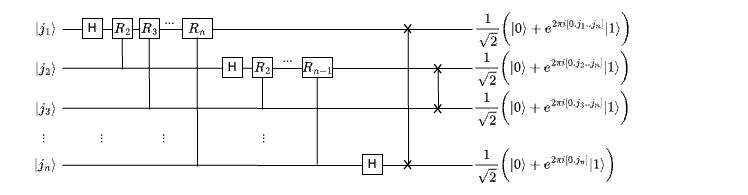
Above: assets/qft-breakdown-answers.png in abrege11/quantum-algorithm-education (draw.io), before the change. Source tidied: cells renumbered, new cells last; positions are measured from the earlier drawing's top-left corner, leaving out a move shared by most shapes. Its diagram source:
```xml
<mxGraphModel math="1">
  <root>
    <mxCell id="0" />
    <mxCell id="1" parent="0" />
    <mxCell id="2" style="endArrow=none;html=1;rounded=0;" parent="1" edge="1">
      <mxGeometry relative="1" as="geometry">
        <mxPoint x="62" y="24" as="sourcePoint" />
        <mxPoint x="472" y="24" as="targetPoint" />
      </mxGeometry>
    </mxCell>
    <mxCell id="3" style="endArrow=none;html=1;rounded=0;" parent="1" edge="1">
      <mxGeometry relative="1" as="geometry">
        <mxPoint x="62" y="62.8" as="sourcePoint" />
        <mxPoint x="472" y="63" as="targetPoint" />
      </mxGeometry>
    </mxCell>
    <mxCell id="4" style="endArrow=none;html=1;rounded=0;" parent="1" edge="1">
      <mxGeometry relative="1" as="geometry">
        <mxPoint x="62" y="102.8" as="sourcePoint" />
        <mxPoint x="472" y="103" as="targetPoint" />
      </mxGeometry>
    </mxCell>
    <mxCell id="5" style="endArrow=none;html=1;rounded=0;" parent="1" edge="1">
      <mxGeometry relative="1" as="geometry">
        <mxPoint x="62" y="159.8" as="sourcePoint" />
        <mxPoint x="472" y="160" as="targetPoint" />
      </mxGeometry>
    </mxCell>
    <mxCell id="6" value="$$\ket{j_1}$$" style="text;html=1;align=center;verticalAlign=middle;strokeColor=none;fillColor=none;" parent="1" vertex="1">
      <mxGeometry y="8" width="90" height="30" as="geometry" />
    </mxCell>
    <mxCell id="7" value="$$\ket{j_2}$$" style="text;html=1;align=center;verticalAlign=middle;strokeColor=none;fillColor=none;" parent="1" vertex="1">
      <mxGeometry y="48" width="90" height="30" as="geometry" />
    </mxCell>
    <mxCell id="8" value="$$\ket{j_3}$$" style="text;html=1;align=center;verticalAlign=middle;strokeColor=none;fillColor=none;" parent="1" vertex="1">
      <mxGeometry y="88" width="90" height="30" as="geometry" />
    </mxCell>
    <mxCell id="9" value="$$\ket{j_n}$$" style="text;html=1;align=center;verticalAlign=middle;strokeColor=none;fillColor=none;" parent="1" vertex="1">
      <mxGeometry y="144" width="90" height="30" as="geometry" />
    </mxCell>
    <mxCell id="10" value="..." style="text;html=1;align=center;verticalAlign=middle;strokeColor=none;fillColor=none;rotation=90;" parent="1" vertex="1">
      <mxGeometry x="32" y="118" width="30" height="30" as="geometry" />
    </mxCell>
    <mxCell id="11" value="H" style="whiteSpace=wrap;html=1;" parent="1" vertex="1">
      <mxGeometry x="82" y="13" width="20" height="20" as="geometry" />
    </mxCell>
    <mxCell id="12" value="$$R_2$$" style="whiteSpace=wrap;html=1;" parent="1" vertex="1">
      <mxGeometry x="112" y="13" width="20" height="20" as="geometry" />
    </mxCell>
    <mxCell id="13" value="..." style="text;html=1;align=center;verticalAlign=middle;strokeColor=none;fillColor=none;" parent="1" vertex="1">
      <mxGeometry x="154" width="30" height="30" as="geometry" />
    </mxCell>
    <mxCell id="14" value="$$R_{n}$$" style="rounded=0;whiteSpace=wrap;html=1;" parent="1" vertex="1">
      <mxGeometry x="182" y="13" width="30" height="20" as="geometry" />
    </mxCell>
    <mxCell id="15" value="$$R_3$$" style="whiteSpace=wrap;html=1;" parent="1" vertex="1">
      <mxGeometry x="139" y="13" width="20" height="20" as="geometry" />
    </mxCell>
    <mxCell id="16" value="H" style="whiteSpace=wrap;html=1;" parent="1" vertex="1">
      <mxGeometry x="222" y="52" width="20" height="20" as="geometry" />
    </mxCell>
    <mxCell id="17" value="$$R_2$$" style="whiteSpace=wrap;html=1;" parent="1" vertex="1">
      <mxGeometry x="252" y="52" width="20" height="20" as="geometry" />
    </mxCell>
    <mxCell id="18" value="$$R_{n-1}$$" style="rounded=0;whiteSpace=wrap;html=1;" parent="1" vertex="1">
      <mxGeometry x="302" y="52" width="30" height="20" as="geometry" />
    </mxCell>
    <mxCell id="19" value="..." style="text;html=1;align=center;verticalAlign=middle;strokeColor=none;fillColor=none;" parent="1" vertex="1">
      <mxGeometry x="272" y="38" width="30" height="30" as="geometry" />
    </mxCell>
    <mxCell id="20" value="..." style="text;html=1;align=center;verticalAlign=middle;strokeColor=none;fillColor=none;rotation=90;" parent="1" vertex="1">
      <mxGeometry x="90" y="118" width="30" height="30" as="geometry" />
    </mxCell>
    <mxCell id="21" value="..." style="text;html=1;align=center;verticalAlign=middle;strokeColor=none;fillColor=none;rotation=90;" parent="1" vertex="1">
      <mxGeometry x="252" y="118" width="30" height="30" as="geometry" />
    </mxCell>
    <mxCell id="22" value="..." style="text;html=1;align=center;verticalAlign=middle;strokeColor=none;fillColor=none;rotation=90;" parent="1" vertex="1">
      <mxGeometry x="152" y="118" width="30" height="30" as="geometry" />
    </mxCell>
    <mxCell id="23" value="H" style="whiteSpace=wrap;html=1;" parent="1" vertex="1">
      <mxGeometry x="362" y="149" width="20" height="20" as="geometry" />
    </mxCell>
    <mxCell id="24" value="&lt;font face=&quot;Comic Sans MS&quot;&gt;X&lt;/font&gt;" style="text;html=1;align=center;verticalAlign=middle;strokeColor=none;fillColor=none;" parent="1" vertex="1">
      <mxGeometry x="392" y="8" width="30" height="30" as="geometry" />
    </mxCell>
    <mxCell id="25" value="&lt;font face=&quot;Comic Sans MS&quot;&gt;X&lt;/font&gt;" style="text;html=1;align=center;verticalAlign=middle;strokeColor=none;fillColor=none;" parent="1" vertex="1">
      <mxGeometry x="422" y="48" width="30" height="30" as="geometry" />
    </mxCell>
    <mxCell id="26" value="&lt;font face=&quot;Comic Sans MS&quot;&gt;X&lt;/font&gt;" style="text;html=1;align=center;verticalAlign=middle;strokeColor=none;fillColor=none;" parent="1" vertex="1">
      <mxGeometry x="422" y="88" width="30" height="30" as="geometry" />
    </mxCell>
    <mxCell id="27" value="&lt;font face=&quot;Comic Sans MS&quot;&gt;X&lt;/font&gt;" style="text;html=1;align=center;verticalAlign=middle;strokeColor=none;fillColor=none;" parent="1" vertex="1">
      <mxGeometry x="392" y="144" width="30" height="30" as="geometry" />
    </mxCell>
    <mxCell id="28" style="endArrow=none;html=1;rounded=0;" parent="1" edge="1">
      <mxGeometry relative="1" as="geometry">
        <mxPoint x="408" y="159" as="sourcePoint" />
        <mxPoint x="407.7" y="24" as="targetPoint" />
      </mxGeometry>
    </mxCell>
    <mxCell id="29" style="endArrow=none;html=1;rounded=0;" parent="1" edge="1">
      <mxGeometry relative="1" as="geometry">
        <mxPoint x="438" y="104" as="sourcePoint" />
        <mxPoint x="437.7" y="64" as="targetPoint" />
      </mxGeometry>
    </mxCell>
    <mxCell id="30" style="endArrow=none;html=1;rounded=0;" parent="1" edge="1">
      <mxGeometry relative="1" as="geometry">
        <mxPoint x="122" y="64" as="sourcePoint" />
        <mxPoint x="121.7" y="33" as="targetPoint" />
      </mxGeometry>
    </mxCell>
    <mxCell id="31" style="endArrow=none;html=1;rounded=0;" parent="1" edge="1">
      <mxGeometry relative="1" as="geometry">
        <mxPoint x="149" y="104" as="sourcePoint" />
        <mxPoint x="148.7" y="33" as="targetPoint" />
      </mxGeometry>
    </mxCell>
    <mxCell id="32" style="endArrow=none;html=1;rounded=0;" parent="1" edge="1">
      <mxGeometry relative="1" as="geometry">
        <mxPoint x="197" y="161" as="sourcePoint" />
        <mxPoint x="196.7" y="32" as="targetPoint" />
      </mxGeometry>
    </mxCell>
    <mxCell id="33" style="endArrow=none;html=1;rounded=0;" parent="1" edge="1">
      <mxGeometry relative="1" as="geometry">
        <mxPoint x="262" y="104" as="sourcePoint" />
        <mxPoint x="262" y="72" as="targetPoint" />
      </mxGeometry>
    </mxCell>
    <mxCell id="34" style="endArrow=none;html=1;rounded=0;" parent="1" edge="1">
      <mxGeometry relative="1" as="geometry">
        <mxPoint x="316.7" y="159" as="sourcePoint" />
        <mxPoint x="316.7" y="72" as="targetPoint" />
      </mxGeometry>
    </mxCell>
    <mxCell id="35" value="$$\frac{1}{\sqrt{2}}\bigg( \ket{0} + e^{2 \pi i [0.j_1..j_n]} \ket{1} \bigg)$$" style="text;html=1;align=center;verticalAlign=middle;strokeColor=none;fillColor=none;" parent="1" vertex="1">
      <mxGeometry x="358" y="9" width="390" height="30" as="geometry" />
    </mxCell>
    <mxCell id="36" value="$$\frac{1}{\sqrt{2}}\bigg( \ket{0} + e^{2 \pi i [0.j_2..j_n]} \ket{1} \bigg)$$" style="text;html=1;align=center;verticalAlign=middle;strokeColor=none;fillColor=none;" parent="1" vertex="1">
      <mxGeometry x="357" y="48" width="390" height="30" as="geometry" />
    </mxCell>
    <mxCell id="37" value="$$\frac{1}{\sqrt{2}}\bigg( \ket{0} + e^{2 \pi i [0.j_3..j_n]} \ket{1} \bigg)$$" style="text;html=1;align=center;verticalAlign=middle;strokeColor=none;fillColor=none;" parent="1" vertex="1">
      <mxGeometry x="357" y="88" width="390" height="30" as="geometry" />
    </mxCell>
    <mxCell id="38" value="$$\frac{1}{\sqrt{2}}\bigg( \ket{0} + e^{2 \pi i [0.j_n]} \ket{1} \bigg)$$" style="text;html=1;align=center;verticalAlign=middle;strokeColor=none;fillColor=none;" parent="1" vertex="1">
      <mxGeometry x="359" y="145" width="370" height="30" as="geometry" />
    </mxCell>
  </root>
</mxGraphModel>
```
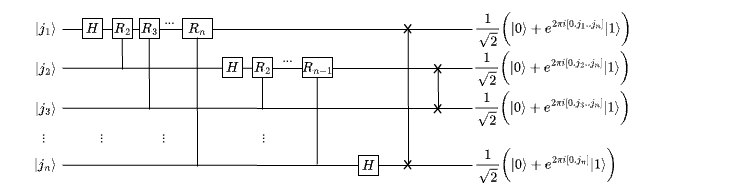
The same diagram one commit later.

What changed in the source:
```diff
@@ -41,7 +41,7 @@
     <mxCell id="10" value="..." style="text;html=1;align=center;verticalAlign=middle;strokeColor=none;fillColor=none;rotation=90;" parent="1" vertex="1">
       <mxGeometry x="32" y="118" width="30" height="30" as="geometry" />
     </mxCell>
-    <mxCell id="11" value="H" style="whiteSpace=wrap;html=1;" parent="1" vertex="1">
+    <mxCell id="11" value="$$H$$" style="whiteSpace=wrap;html=1;" parent="1" vertex="1">
       <mxGeometry x="82" y="13" width="20" height="20" as="geometry" />
     </mxCell>
     <mxCell id="12" value="$$R_2$$" style="whiteSpace=wrap;html=1;" parent="1" vertex="1">
@@ -56,7 +56,7 @@
     <mxCell id="15" value="$$R_3$$" style="whiteSpace=wrap;html=1;" parent="1" vertex="1">
       <mxGeometry x="139" y="13" width="20" height="20" as="geometry" />
     </mxCell>
-    <mxCell id="16" value="H" style="whiteSpace=wrap;html=1;" parent="1" vertex="1">
+    <mxCell id="16" value="$$H$$" style="whiteSpace=wrap;html=1;" parent="1" vertex="1">
       <mxGeometry x="222" y="52" width="20" height="20" as="geometry" />
     </mxCell>
     <mxCell id="17" value="$$R_2$$" style="whiteSpace=wrap;html=1;" parent="1" vertex="1">
@@ -77,8 +77,8 @@
     <mxCell id="22" value="..." style="text;html=1;align=center;verticalAlign=middle;strokeColor=none;fillColor=none;rotation=90;" parent="1" vertex="1">
       <mxGeometry x="152" y="118" width="30" height="30" as="geometry" />
     </mxCell>
-    <mxCell id="23" value="H" style="whiteSpace=wrap;html=1;" parent="1" vertex="1">
-      <mxGeometry x="362" y="149" width="20" height="20" as="geometry" />
+    <mxCell id="23" value="$$H$$" style="whiteSpace=wrap;html=1;" parent="1" vertex="1">
+      <mxGeometry x="358" y="150" width="20" height="20" as="geometry" />
     </mxCell>
     <mxCell id="24" value="&lt;font face=&quot;Comic Sans MS&quot;&gt;X&lt;/font&gt;" style="text;html=1;align=center;verticalAlign=middle;strokeColor=none;fillColor=none;" parent="1" vertex="1">
       <mxGeometry x="392" y="8" width="30" height="30" as="geometry" />
@@ -144,7 +144,7 @@
       <mxGeometry x="357" y="88" width="390" height="30" as="geometry" />
     </mxCell>
     <mxCell id="38" value="$$\frac{1}{\sqrt{2}}\bigg( \ket{0} + e^{2 \pi i [0.j_n]} \ket{1} \bigg)$$" style="text;html=1;align=center;verticalAlign=middle;strokeColor=none;fillColor=none;" parent="1" vertex="1">
-      <mxGeometry x="359" y="145" width="370" height="30" as="geometry" />
+      <mxGeometry x="360" y="145" width="370" height="30" as="geometry" />
     </mxCell>
   </root>
 </mxGraphModel>
```
